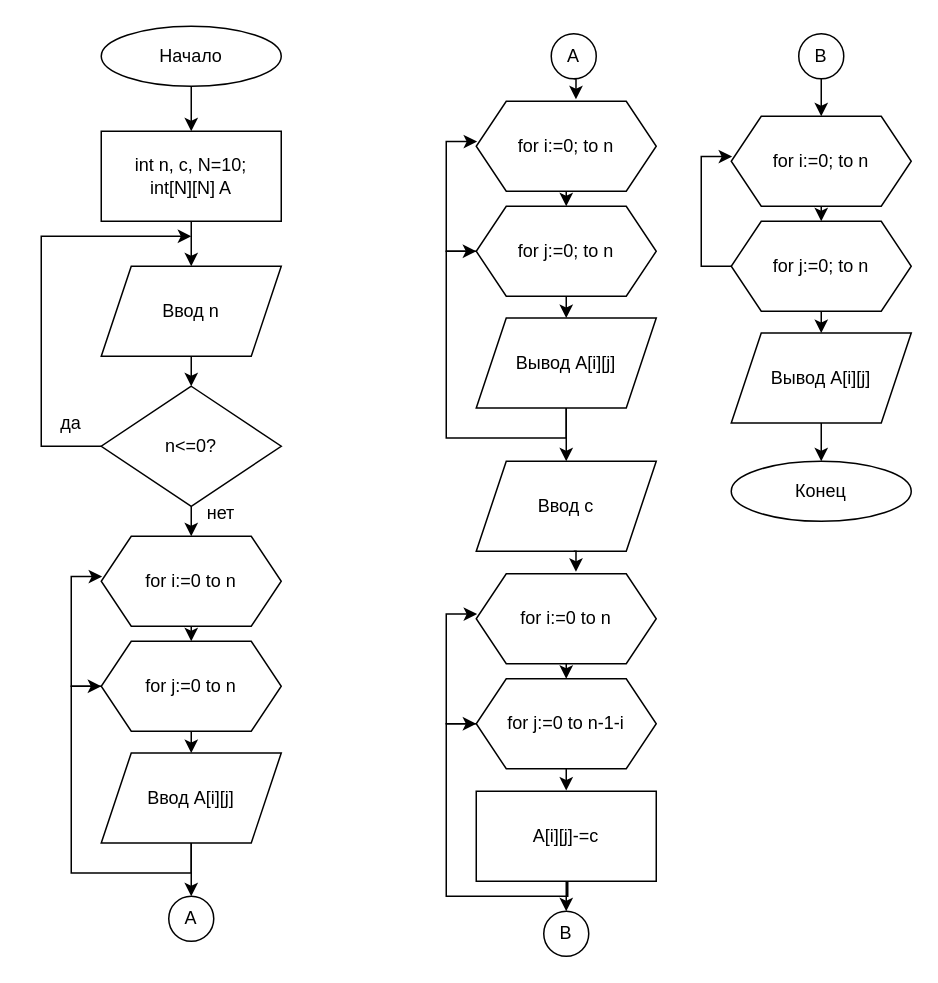
The draw.io diagram c-lessons/Лабораторная1_2семестр.drawio in lubarog13/codes, before the edit. Source tidied: cells renumbered, new cells numbered last; positions are measured from the earlier drawing's top-left corner, leaving out a move shared by most shapes. Both pictures are drawn from the tidied source at 150%, with x=0, y=0 at pixel (26, 26).
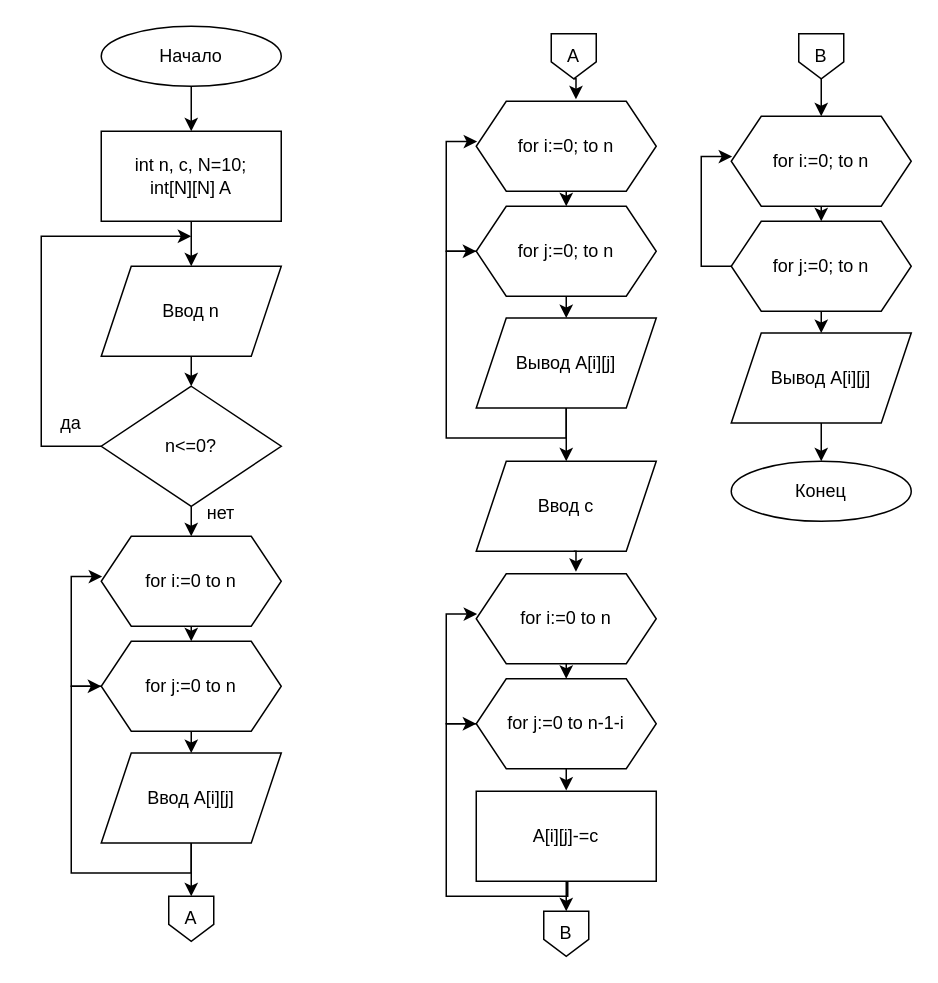
The same diagram, later.

Commit message:
Исправлены блоки переносов

The change refers to these unchanged cells:
```xml
<mxCell id="21" value="Ввод A[i][j]" style="shape=parallelogram;perimeter=parallelogramPerimeter;whiteSpace=wrap;html=1;fixedSize=1;" parent="1" vertex="1">
  <mxGeometry x="50" y="484.5" width="120" height="60" as="geometry" />
</mxCell>
<mxCell id="26" value="for i:=0; to n" style="shape=hexagon;perimeter=hexagonPerimeter2;whiteSpace=wrap;html=1;fixedSize=1;" parent="1" vertex="1">
  <mxGeometry x="300" y="50" width="120" height="60" as="geometry" />
</mxCell>
<mxCell id="41" value="A[i][j]-=c" style="rounded=0;whiteSpace=wrap;html=1;" parent="1" vertex="1">
  <mxGeometry x="300" y="510" width="120" height="60" as="geometry" />
</mxCell>
<mxCell id="46" value="for i:=0; to n" style="shape=hexagon;perimeter=hexagonPerimeter2;whiteSpace=wrap;html=1;fixedSize=1;" parent="1" vertex="1">
  <mxGeometry x="470" y="60" width="120" height="60" as="geometry" />
</mxCell>
```

What changed in the source:
```diff
@@
-    <mxCell id="20" style="edgeStyle=orthogonalEdgeStyle;rounded=0;jettySize=auto;html=1;exitX=0.5;exitY=1;exitDx=0;exitDy=0;entryX=0.5;entryY=0;entryDx=0;entryDy=0;" parent="1" edge="1" source="21" target="22">
-      <mxGeometry relative="1" as="geometry" />
+    <mxCell id="20" style="edgeStyle=orthogonalEdgeStyle;rounded=0;jettySize=auto;html=1;exitX=0.5;exitY=1;exitDx=0;exitDy=0;entryX=0.5;entryY=0;entryDx=0;entryDy=0;" parent="1" edge="1" source="21">
+      <mxGeometry relative="1" as="geometry">
+        <mxPoint x="110" y="580" as="targetPoint" />
+      </mxGeometry>
     </mxCell>
@@
-    <mxCell id="22" value="A" style="ellipse;whiteSpace=wrap;html=1;" parent="1" vertex="1">
-      <mxGeometry x="95" y="580" width="30" height="30" as="geometry" />
-    </mxCell>
-    <mxCell id="23" style="edgeStyle=orthogonalEdgeStyle;rounded=0;jettySize=auto;html=1;exitX=0.5;exitY=1;exitDx=0;exitDy=0;entryX=0.554;entryY=-0.022;entryDx=0;entryDy=0;entryPerimeter=0;" parent="1" edge="1" source="24" target="26">
-      <mxGeometry relative="1" as="geometry" />
+    <mxCell id="23" style="edgeStyle=orthogonalEdgeStyle;rounded=0;jettySize=auto;html=1;exitX=0.5;exitY=1;exitDx=0;exitDy=0;entryX=0.554;entryY=-0.022;entryDx=0;entryDy=0;entryPerimeter=0;" parent="1" edge="1" target="26">
+      <mxGeometry relative="1" as="geometry">
+        <mxPoint x="365" y="35" as="sourcePoint" />
+      </mxGeometry>
     </mxCell>
-    <mxCell id="24" value="A" style="ellipse;whiteSpace=wrap;html=1;" parent="1" vertex="1">
-      <mxGeometry x="350" y="5" width="30" height="30" as="geometry" />
-    </mxCell>
@@
-    <mxCell id="40" style="edgeStyle=orthogonalEdgeStyle;rounded=0;jettySize=auto;html=1;exitX=0.5;exitY=1;exitDx=0;exitDy=0;entryX=0.5;entryY=0;entryDx=0;entryDy=0;" parent="1" edge="1" source="41" target="42">
-      <mxGeometry relative="1" as="geometry" />
+    <mxCell id="40" style="edgeStyle=orthogonalEdgeStyle;rounded=0;jettySize=auto;html=1;exitX=0.5;exitY=1;exitDx=0;exitDy=0;entryX=0.5;entryY=0;entryDx=0;entryDy=0;" parent="1" edge="1" source="41">
+      <mxGeometry relative="1" as="geometry">
+        <mxPoint x="360" y="590" as="targetPoint" />
+      </mxGeometry>
     </mxCell>
@@
-    <mxCell id="42" value="B" style="ellipse;whiteSpace=wrap;html=1;" parent="1" vertex="1">
-      <mxGeometry x="345" y="590" width="30" height="30" as="geometry" />
-    </mxCell>
-    <mxCell id="43" style="edgeStyle=orthogonalEdgeStyle;rounded=0;jettySize=auto;html=1;exitX=0.5;exitY=1;exitDx=0;exitDy=0;entryX=0.5;entryY=0;entryDx=0;entryDy=0;" parent="1" edge="1" source="44" target="46">
-      <mxGeometry relative="1" as="geometry" />
+    <mxCell id="43" style="edgeStyle=orthogonalEdgeStyle;rounded=0;jettySize=auto;html=1;exitX=0.5;exitY=1;exitDx=0;exitDy=0;entryX=0.5;entryY=0;entryDx=0;entryDy=0;" parent="1" edge="1" target="46">
+      <mxGeometry relative="1" as="geometry">
+        <mxPoint x="530" y="35" as="sourcePoint" />
+      </mxGeometry>
     </mxCell>
-    <mxCell id="44" value="B" style="ellipse;whiteSpace=wrap;html=1;" parent="1" vertex="1">
-      <mxGeometry x="515" y="5" width="30" height="30" as="geometry" />
-    </mxCell>
@@
+    <mxCell id="53" value="А" style="shape=offPageConnector;whiteSpace=wrap;html=1;" parent="1" vertex="1">
+      <mxGeometry x="95" y="580" width="30" height="30" as="geometry" />
+    </mxCell>
+    <mxCell id="54" value="А" style="shape=offPageConnector;whiteSpace=wrap;html=1;" parent="1" vertex="1">
+      <mxGeometry x="350" y="5" width="30" height="30" as="geometry" />
+    </mxCell>
+    <mxCell id="55" value="B" style="shape=offPageConnector;whiteSpace=wrap;html=1;" parent="1" vertex="1">
+      <mxGeometry x="345" y="590" width="30" height="30" as="geometry" />
+    </mxCell>
+    <mxCell id="56" value="B" style="shape=offPageConnector;whiteSpace=wrap;html=1;" parent="1" vertex="1">
+      <mxGeometry x="515" y="5" width="30" height="30" as="geometry" />
+    </mxCell>
```
